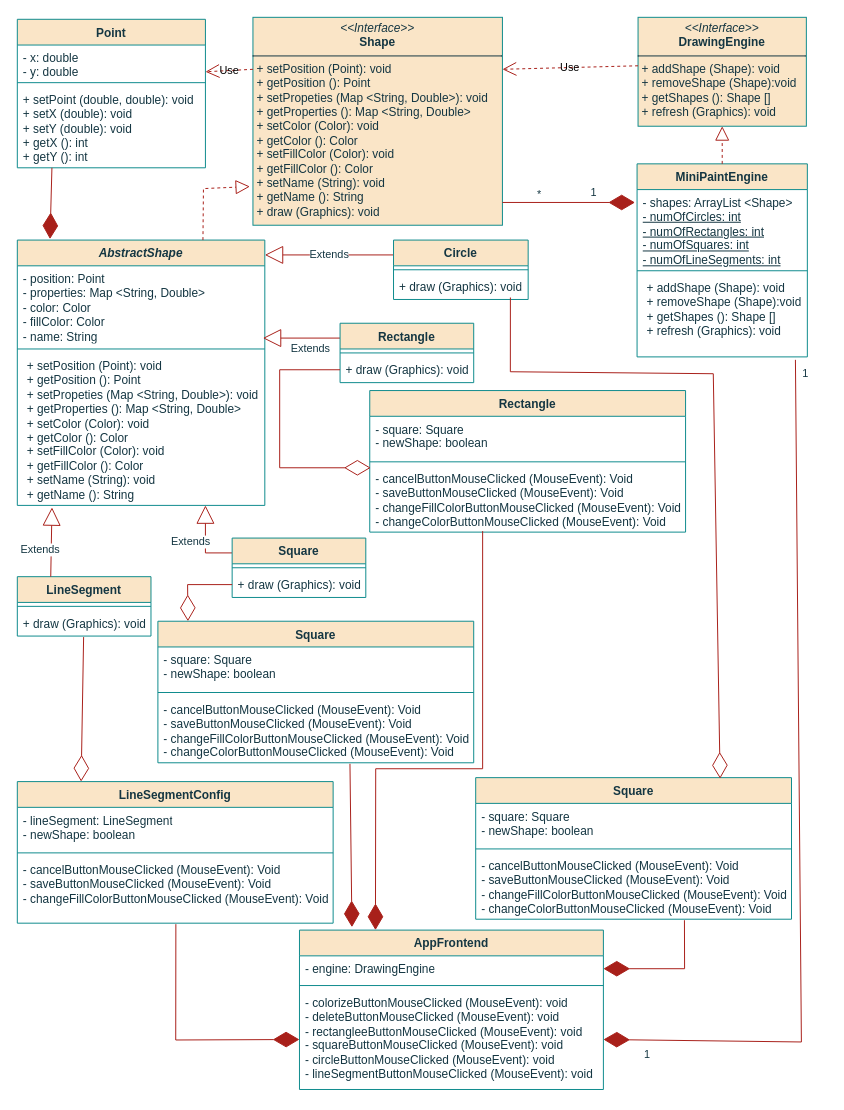
Above: UML.drawio in Ahmad-Zaki05/Simplified-Paint-Application-MiniPaint- (draw.io), before the change. Source tidied: cells renumbered, new cells numbered last; positions are measured from the earlier drawing's top-left corner, leaving out a move shared by most shapes. Both pictures are drawn from the tidied source at 99%, with x=0, y=0 at pixel (17, 17).
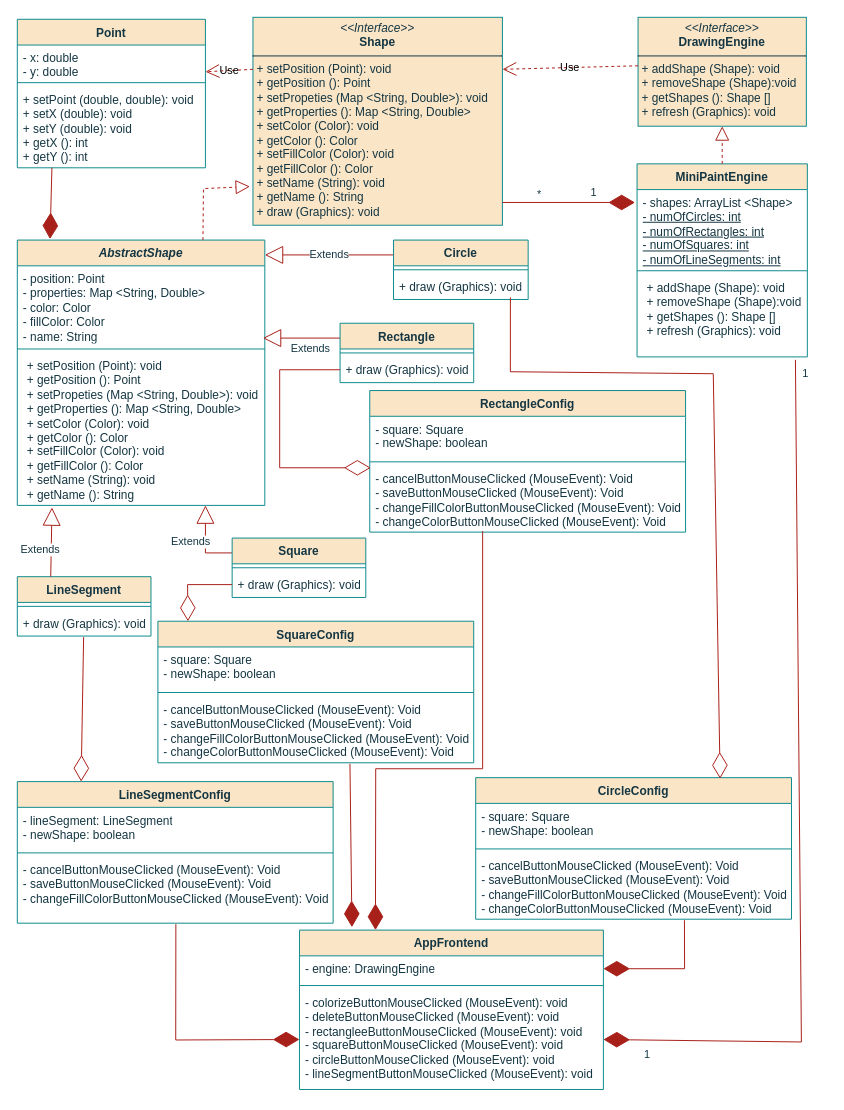
Above is the later version.

Commit message (it also covers changes not shown here):
Fixed a Typo Within The UML

Change to the diagram source:
```diff
@@
-    <mxCell id="52" value="Square" style="swimlane;fontStyle=1;align=center;verticalAlign=top;horizontal=1;startSize=26;whiteSpace=wrap;html=1;strokeColor=#0F8B8D;fontColor=#143642;fillColor=#FAE5C7;" parent="1" vertex="1">
+    <mxCell id="52" value="SquareConfig" style="swimlane;fontStyle=1;align=center;verticalAlign=top;horizontal=1;startSize=26;whiteSpace=wrap;html=1;strokeColor=#0F8B8D;fontColor=#143642;fillColor=#FAE5C7;" parent="1" vertex="1">
       <mxGeometry x="142" y="610" width="319" height="143" as="geometry" />
     </mxCell>
@@
-    <mxCell id="59" value="Rectangle" style="swimlane;fontStyle=1;align=center;verticalAlign=top;horizontal=1;startSize=26;whiteSpace=wrap;html=1;strokeColor=#0F8B8D;fontColor=#143642;fillColor=#FAE5C7;" parent="1" vertex="1">
+    <mxCell id="59" value="RectangleConfig" style="swimlane;fontStyle=1;align=center;verticalAlign=top;horizontal=1;startSize=26;whiteSpace=wrap;html=1;strokeColor=#0F8B8D;fontColor=#143642;fillColor=#FAE5C7;" parent="1" vertex="1">
       <mxGeometry x="356" y="377" width="319" height="143" as="geometry" />
     </mxCell>
@@
-    <mxCell id="65" value="Square" style="swimlane;fontStyle=1;align=center;verticalAlign=top;horizontal=1;startSize=26;whiteSpace=wrap;html=1;strokeColor=#0F8B8D;fontColor=#143642;fillColor=#FAE5C7;" parent="1" vertex="1">
+    <mxCell id="65" value="CircleConfig" style="swimlane;fontStyle=1;align=center;verticalAlign=top;horizontal=1;startSize=26;whiteSpace=wrap;html=1;strokeColor=#0F8B8D;fontColor=#143642;fillColor=#FAE5C7;" parent="1" vertex="1">
       <mxGeometry x="463" y="768" width="319" height="143" as="geometry" />
     </mxCell>
```
